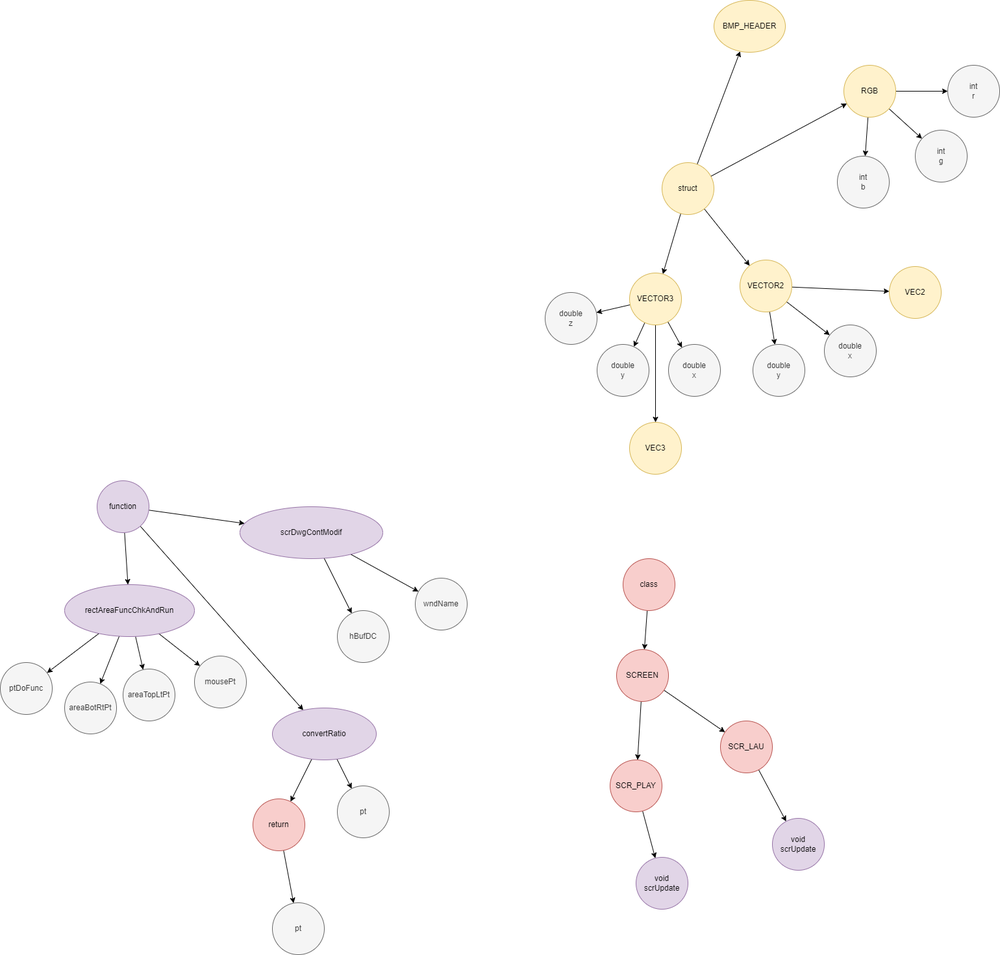
This is drawio/files/graphic/h.drawio.png from Tanso-mct/GLPA, a draw.io export, as it was before one commit. Source tidied: cells renumbered, new cells last; positions are measured from the earlier drawing's top-left corner, leaving out a move shared by most shapes.
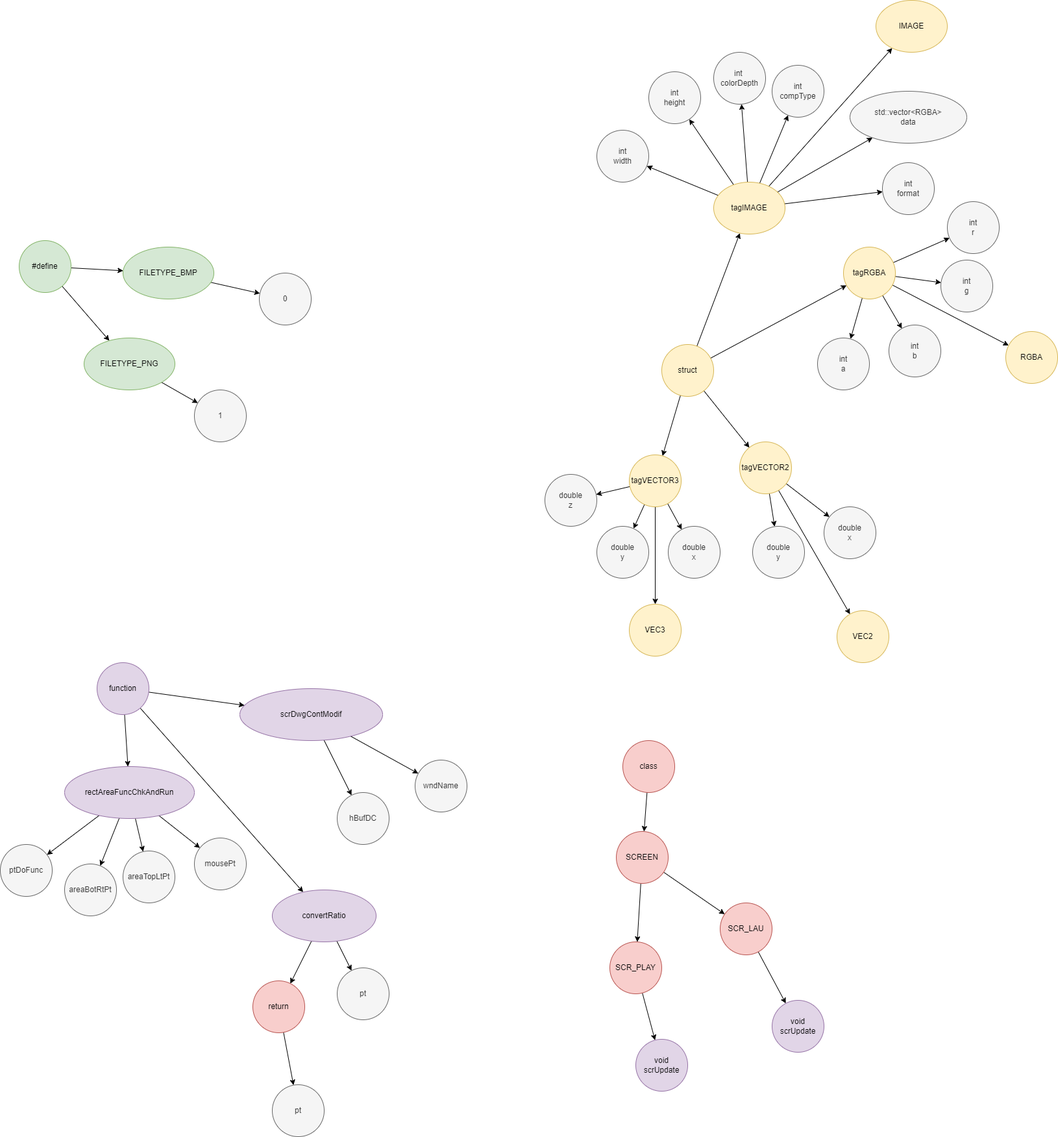
Above is the later version.

Change to the diagram source:
```diff
@@ -101,7 +101,7 @@
     <mxCell id="34" style="edgeStyle=none;html=1;fontFamily=Helvetica;fontSize=12;fontColor=#333333;" parent="1" edge="1" source="35" target="46">
       <mxGeometry relative="1" as="geometry" />
     </mxCell>
-    <mxCell id="35" value="VECTOR2" style="ellipse;whiteSpace=wrap;html=1;strokeColor=#d6b656;fontFamily=Helvetica;fontSize=12;fillColor=#fff2cc;" parent="1" vertex="1">
+    <mxCell id="35" value="tagVECTOR2" style="ellipse;whiteSpace=wrap;html=1;strokeColor=#d6b656;fontFamily=Helvetica;fontSize=12;fillColor=#fff2cc;" parent="1" vertex="1">
       <mxGeometry x="1139" y="400" width="80" height="80" as="geometry" />
     </mxCell>
     <mxCell id="36" value="double&lt;br&gt;x" style="ellipse;whiteSpace=wrap;html=1;strokeColor=#666666;fontFamily=Helvetica;fontSize=12;fontColor=#333333;fillColor=#f5f5f5;" parent="1" vertex="1">
@@ -122,7 +122,7 @@
     <mxCell id="41" style="edgeStyle=none;html=1;fontFamily=Helvetica;fontSize=12;fontColor=#333333;" parent="1" edge="1" source="42" target="47">
       <mxGeometry relative="1" as="geometry" />
     </mxCell>
-    <mxCell id="42" value="VECTOR3" style="ellipse;whiteSpace=wrap;html=1;strokeColor=#d6b656;fontFamily=Helvetica;fontSize=12;fillColor=#fff2cc;" parent="1" vertex="1">
+    <mxCell id="42" value="tagVECTOR3" style="ellipse;whiteSpace=wrap;html=1;strokeColor=#d6b656;fontFamily=Helvetica;fontSize=12;fillColor=#fff2cc;" parent="1" vertex="1">
       <mxGeometry x="969" y="420" width="80" height="80" as="geometry" />
     </mxCell>
     <mxCell id="43" value="double&lt;br&gt;x" style="ellipse;whiteSpace=wrap;html=1;strokeColor=#666666;fontFamily=Helvetica;fontSize=12;fontColor=#333333;fillColor=#f5f5f5;" parent="1" vertex="1">
@@ -135,7 +135,7 @@
       <mxGeometry x="839" y="450" width="80" height="80" as="geometry" />
     </mxCell>
     <mxCell id="46" value="VEC2" style="ellipse;whiteSpace=wrap;html=1;strokeColor=#d6b656;fontFamily=Helvetica;fontSize=12;fillColor=#fff2cc;" parent="1" vertex="1">
-      <mxGeometry x="1369" y="410" width="80" height="80" as="geometry" />
+      <mxGeometry x="1289" y="660" width="80" height="80" as="geometry" />
     </mxCell>
     <mxCell id="47" value="VEC3" style="ellipse;whiteSpace=wrap;html=1;strokeColor=#d6b656;fontFamily=Helvetica;fontSize=12;fillColor=#fff2cc;" parent="1" vertex="1">
       <mxGeometry x="969" y="650" width="80" height="80" as="geometry" />
@@ -182,20 +182,101 @@
     <mxCell id="61" style="edgeStyle=none;html=1;fontFamily=Helvetica;fontSize=12;fontColor=#333333;" parent="1" edge="1" source="62" target="65">
       <mxGeometry relative="1" as="geometry" />
     </mxCell>
+    <mxCell id="67" style="edgeStyle=none;html=1;fontFamily=Helvetica;fontSize=12;fontColor=#333333;" parent="1" edge="1" source="62" target="81">
+      <mxGeometry relative="1" as="geometry" />
+    </mxCell>
+    <mxCell id="68" style="edgeStyle=none;html=1;fontFamily=Helvetica;fontSize=12;fontColor=#333333;" parent="1" edge="1" source="62" target="93">
+      <mxGeometry relative="1" as="geometry" />
+    </mxCell>
-    <mxCell id="62" value="RGB" style="ellipse;whiteSpace=wrap;html=1;fillColor=#fff2cc;strokeColor=#d6b656;" parent="1" vertex="1">
+    <mxCell id="62" value="tagRGBA" style="ellipse;whiteSpace=wrap;html=1;fillColor=#fff2cc;strokeColor=#d6b656;" parent="1" vertex="1">
       <mxGeometry x="1299" y="100" width="80" height="80" as="geometry" />
     </mxCell>
     <mxCell id="63" value="int&lt;br&gt;r" style="ellipse;whiteSpace=wrap;html=1;fillColor=#f5f5f5;fontColor=#333333;strokeColor=#666666;" parent="1" vertex="1">
-      <mxGeometry x="1459" y="100" width="80" height="80" as="geometry" />
+      <mxGeometry x="1459" y="30" width="80" height="80" as="geometry" />
     </mxCell>
     <mxCell id="64" value="int&lt;br&gt;g" style="ellipse;whiteSpace=wrap;html=1;strokeColor=#666666;fontFamily=Helvetica;fontSize=12;fontColor=#333333;fillColor=#f5f5f5;" parent="1" vertex="1">
-      <mxGeometry x="1409" y="200" width="80" height="80" as="geometry" />
+      <mxGeometry x="1449" y="120" width="80" height="80" as="geometry" />
     </mxCell>
     <mxCell id="65" value="int&lt;br&gt;b" style="ellipse;whiteSpace=wrap;html=1;strokeColor=#666666;fontFamily=Helvetica;fontSize=12;fontColor=#333333;fillColor=#f5f5f5;" parent="1" vertex="1">
-      <mxGeometry x="1289" y="240" width="80" height="80" as="geometry" />
+      <mxGeometry x="1369" y="220" width="80" height="80" as="geometry" />
     </mxCell>
+    <mxCell id="69" style="edgeStyle=none;html=1;fontFamily=Helvetica;fontSize=12;fontColor=#333333;" parent="1" edge="1" source="66" target="80">
+      <mxGeometry relative="1" as="geometry" />
+    </mxCell>
+    <mxCell id="70" style="edgeStyle=none;html=1;fontFamily=Helvetica;fontSize=12;fontColor=#333333;" parent="1" edge="1" source="66" target="79">
+      <mxGeometry relative="1" as="geometry" />
+    </mxCell>
+    <mxCell id="71" style="edgeStyle=none;html=1;fontFamily=Helvetica;fontSize=12;fontColor=#333333;" parent="1" edge="1" source="66" target="78">
+      <mxGeometry relative="1" as="geometry" />
+    </mxCell>
+    <mxCell id="72" style="edgeStyle=none;html=1;fontFamily=Helvetica;fontSize=12;fontColor=#333333;" parent="1" edge="1" source="66" target="77">
+      <mxGeometry relative="1" as="geometry" />
+    </mxCell>
+    <mxCell id="73" style="edgeStyle=none;html=1;fontFamily=Helvetica;fontSize=12;fontColor=#333333;" parent="1" edge="1" source="66" target="76">
+      <mxGeometry relative="1" as="geometry" />
+    </mxCell>
+    <mxCell id="74" style="edgeStyle=none;html=1;fontFamily=Helvetica;fontSize=12;fontColor=#333333;" parent="1" edge="1" source="66" target="82">
+      <mxGeometry relative="1" as="geometry" />
+    </mxCell>
+    <mxCell id="75" style="edgeStyle=none;html=1;fontFamily=Helvetica;fontSize=12;fontColor=#333333;" parent="1" edge="1" source="66" target="92">
+      <mxGeometry relative="1" as="geometry" />
+    </mxCell>
-    <mxCell id="66" value="BMP_HEADER" style="ellipse;whiteSpace=wrap;html=1;strokeColor=#d6b656;fontFamily=Helvetica;fontSize=12;fillColor=#fff2cc;" parent="1" vertex="1">
+    <mxCell id="66" value="tagIMAGE" style="ellipse;whiteSpace=wrap;html=1;strokeColor=#d6b656;fontFamily=Helvetica;fontSize=12;fillColor=#fff2cc;" parent="1" vertex="1">
       <mxGeometry x="1099" width="110" height="80" as="geometry" />
     </mxCell>
+    <mxCell id="76" value="int&lt;br&gt;width" style="ellipse;whiteSpace=wrap;html=1;fillColor=#f5f5f5;fontColor=#333333;strokeColor=#666666;" parent="1" vertex="1">
+      <mxGeometry x="919" y="-80" width="80" height="80" as="geometry" />
+    </mxCell>
+    <mxCell id="77" value="int&lt;br&gt;height" style="ellipse;whiteSpace=wrap;html=1;fillColor=#f5f5f5;fontColor=#333333;strokeColor=#666666;" parent="1" vertex="1">
+      <mxGeometry x="999" y="-170" width="80" height="80" as="geometry" />
+    </mxCell>
+    <mxCell id="78" value="int&amp;nbsp;&lt;br&gt;colorDepth" style="ellipse;whiteSpace=wrap;html=1;strokeColor=#666666;fontFamily=Helvetica;fontSize=12;fontColor=#333333;fillColor=#f5f5f5;" parent="1" vertex="1">
+      <mxGeometry x="1099" y="-200" width="80" height="80" as="geometry" />
+    </mxCell>
+    <mxCell id="79" value="int&lt;br&gt;compType" style="ellipse;whiteSpace=wrap;html=1;strokeColor=#666666;fontFamily=Helvetica;fontSize=12;fontColor=#333333;fillColor=#f5f5f5;" parent="1" vertex="1">
+      <mxGeometry x="1189" y="-180" width="80" height="80" as="geometry" />
+    </mxCell>
+    <mxCell id="80" value="std::vector&amp;lt;RGBA&amp;gt;&lt;br&gt;data" style="ellipse;whiteSpace=wrap;html=1;strokeColor=#666666;fontFamily=Helvetica;fontSize=12;fontColor=#333333;fillColor=#f5f5f5;" parent="1" vertex="1">
+      <mxGeometry x="1309" y="-140" width="180" height="80" as="geometry" />
+    </mxCell>
+    <mxCell id="81" value="int&lt;br&gt;a" style="ellipse;whiteSpace=wrap;html=1;strokeColor=#666666;fontFamily=Helvetica;fontSize=12;fontColor=#333333;fillColor=#f5f5f5;" parent="1" vertex="1">
+      <mxGeometry x="1259" y="240" width="80" height="80" as="geometry" />
+    </mxCell>
+    <mxCell id="82" value="int&lt;br&gt;format" style="ellipse;whiteSpace=wrap;html=1;strokeColor=#666666;fontFamily=Helvetica;fontSize=12;fontColor=#333333;fillColor=#f5f5f5;" parent="1" vertex="1">
+      <mxGeometry x="1359" y="-30" width="80" height="80" as="geometry" />
+    </mxCell>
+    <mxCell id="83" style="edgeStyle=none;html=1;fontFamily=Helvetica;fontSize=12;fontColor=#333333;" parent="1" edge="1" source="85" target="87">
+      <mxGeometry relative="1" as="geometry" />
+    </mxCell>
+    <mxCell id="84" style="edgeStyle=none;html=1;fontFamily=Helvetica;fontSize=12;fontColor=#333333;" parent="1" edge="1" source="85" target="89">
+      <mxGeometry relative="1" as="geometry" />
+    </mxCell>
+    <mxCell id="85" value="#define" style="ellipse;whiteSpace=wrap;html=1;strokeColor=#82b366;fontFamily=Helvetica;fontSize=12;fillColor=#d5e8d4;" parent="1" vertex="1">
+      <mxGeometry x="29" y="90" width="80" height="80" as="geometry" />
+    </mxCell>
+    <mxCell id="86" style="edgeStyle=none;html=1;fontFamily=Helvetica;fontSize=12;fontColor=#333333;" parent="1" edge="1" source="87" target="90">
+      <mxGeometry relative="1" as="geometry" />
+    </mxCell>
+    <mxCell id="87" value="FILETYPE_BMP" style="ellipse;whiteSpace=wrap;html=1;strokeColor=#82b366;fontFamily=Helvetica;fontSize=12;fillColor=#d5e8d4;" parent="1" vertex="1">
+      <mxGeometry x="189" y="100" width="140" height="80" as="geometry" />
+    </mxCell>
+    <mxCell id="88" style="edgeStyle=none;html=1;fontFamily=Helvetica;fontSize=12;fontColor=#333333;" parent="1" edge="1" source="89" target="91">
+      <mxGeometry relative="1" as="geometry" />
+    </mxCell>
+    <mxCell id="89" value="FILETYPE_PNG" style="ellipse;whiteSpace=wrap;html=1;strokeColor=#82b366;fontFamily=Helvetica;fontSize=12;fillColor=#d5e8d4;" parent="1" vertex="1">
+      <mxGeometry x="129" y="240" width="140" height="80" as="geometry" />
+    </mxCell>
+    <mxCell id="90" value="0" style="ellipse;whiteSpace=wrap;html=1;strokeColor=#666666;fontFamily=Helvetica;fontSize=12;fontColor=#333333;fillColor=#f5f5f5;" parent="1" vertex="1">
+      <mxGeometry x="399" y="140" width="80" height="80" as="geometry" />
+    </mxCell>
+    <mxCell id="91" value="1" style="ellipse;whiteSpace=wrap;html=1;strokeColor=#666666;fontFamily=Helvetica;fontSize=12;fontColor=#333333;fillColor=#f5f5f5;" parent="1" vertex="1">
+      <mxGeometry x="299" y="320" width="80" height="80" as="geometry" />
+    </mxCell>
+    <mxCell id="92" value="IMAGE" style="ellipse;whiteSpace=wrap;html=1;strokeColor=#d6b656;fontFamily=Helvetica;fontSize=12;fillColor=#fff2cc;" parent="1" vertex="1">
+      <mxGeometry x="1349" y="-280" width="110" height="80" as="geometry" />
+    </mxCell>
+    <mxCell id="93" value="RGBA" style="ellipse;whiteSpace=wrap;html=1;fillColor=#fff2cc;strokeColor=#d6b656;" parent="1" vertex="1">
+      <mxGeometry x="1549" y="230" width="80" height="80" as="geometry" />
+    </mxCell>
   </root>
 </mxGraphModel>
```
